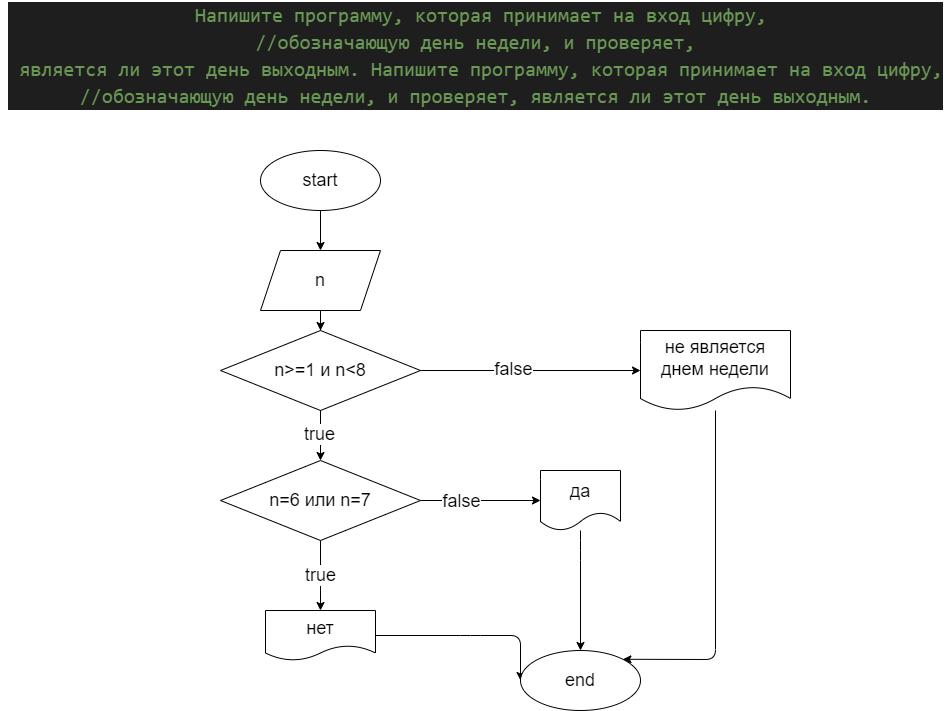
Above: ex03/blok3.drawio.png in ShrimpyKate/HomeWork02 (draw.io), before the change. Source tidied: cells renumbered, new cells last; positions are measured from the earlier drawing's top-left corner, leaving out a move shared by most shapes. Source of this version:
```xml
<mxGraphModel>
  <root>
    <mxCell id="0" />
    <mxCell id="1" parent="0" />
    <mxCell id="2" style="edgeStyle=none;html=1;" parent="1" edge="1" source="3" target="7">
      <mxGeometry relative="1" as="geometry" />
    </mxCell>
    <mxCell id="3" value="&lt;font style=&quot;font-size: 18px&quot;&gt;start&lt;/font&gt;" style="ellipse;whiteSpace=wrap;html=1;" parent="1" vertex="1">
      <mxGeometry x="260" y="150" width="120" height="60" as="geometry" />
    </mxCell>
    <mxCell id="4" style="edgeStyle=none;html=1;" parent="1" edge="1" source="7" target="11">
      <mxGeometry relative="1" as="geometry" />
    </mxCell>
    <mxCell id="5" value="true" style="edgeLabel;html=1;align=center;verticalAlign=middle;fontSize=18;" parent="4" vertex="1">
      <mxGeometry x="0.63" y="-2" relative="1" as="geometry" />
    </mxCell>
    <mxCell id="6" style="edgeStyle=none;html=1;fontSize=18;" parent="1" edge="1" source="7" target="20">
      <mxGeometry relative="1" as="geometry" />
    </mxCell>
    <mxCell id="7" value="&lt;font style=&quot;font-size: 18px&quot;&gt;n&lt;/font&gt;" style="shape=parallelogram;perimeter=parallelogramPerimeter;whiteSpace=wrap;html=1;fixedSize=1;" parent="1" vertex="1">
      <mxGeometry x="260" y="250" width="120" height="60" as="geometry" />
    </mxCell>
    <mxCell id="8" style="edgeStyle=none;html=1;" parent="1" edge="1" source="11" target="13">
      <mxGeometry relative="1" as="geometry" />
    </mxCell>
    <mxCell id="9" value="false" style="edgeLabel;html=1;align=center;verticalAlign=middle;fontSize=18;" parent="8" vertex="1">
      <mxGeometry x="-0.46" y="3" relative="1" as="geometry">
        <mxPoint x="8" y="3" as="offset" />
      </mxGeometry>
    </mxCell>
    <mxCell id="10" value="true" style="edgeStyle=none;html=1;fontSize=18;" parent="1" edge="1" source="11" target="15">
      <mxGeometry relative="1" as="geometry" />
    </mxCell>
    <mxCell id="11" value="&lt;font style=&quot;font-size: 18px&quot;&gt;n=6 или n=7&lt;/font&gt;" style="rhombus;whiteSpace=wrap;html=1;" parent="1" vertex="1">
      <mxGeometry x="220" y="460" width="200" height="80" as="geometry" />
    </mxCell>
    <mxCell id="12" style="edgeStyle=none;html=1;entryX=0.5;entryY=0;entryDx=0;entryDy=0;fontSize=18;" parent="1" edge="1" source="13" target="17">
      <mxGeometry relative="1" as="geometry">
        <Array as="points">
          <mxPoint x="580" y="550" />
        </Array>
      </mxGeometry>
    </mxCell>
    <mxCell id="13" value="&lt;font style=&quot;font-size: 18px&quot;&gt;да&lt;/font&gt;" style="shape=document;whiteSpace=wrap;html=1;boundedLbl=1;" parent="1" vertex="1">
      <mxGeometry x="540" y="470" width="80" height="60" as="geometry" />
    </mxCell>
    <mxCell id="14" style="edgeStyle=none;html=1;entryX=0;entryY=0.5;entryDx=0;entryDy=0;fontSize=18;" parent="1" edge="1" source="15" target="17">
      <mxGeometry relative="1" as="geometry">
        <Array as="points">
          <mxPoint x="470" y="635" />
          <mxPoint x="520" y="635" />
        </Array>
      </mxGeometry>
    </mxCell>
    <mxCell id="15" value="&lt;font style=&quot;font-size: 18px&quot;&gt;нет&lt;/font&gt;" style="shape=document;whiteSpace=wrap;html=1;boundedLbl=1;" parent="1" vertex="1">
      <mxGeometry x="265" y="610" width="110" height="50" as="geometry" />
    </mxCell>
    <mxCell id="16" value="&lt;div style=&quot;color: rgb(212 , 212 , 212) ; background-color: rgb(30 , 30 , 30) ; font-family: &amp;#34;consolas&amp;#34; , &amp;#34;courier new&amp;#34; , monospace ; font-size: 20px ; line-height: 27px&quot;&gt;&lt;div&gt;&lt;span style=&quot;color: #6a9955&quot;&gt;&amp;nbsp;Напишите программу, которая принимает на вход цифру, &lt;/span&gt;&lt;/div&gt;&lt;div&gt;&lt;span style=&quot;color: #6a9955&quot;&gt;//обозначающую день недели, и проверяет,&lt;/span&gt;&lt;/div&gt;&lt;div&gt;&lt;span style=&quot;color: #6a9955&quot;&gt;&amp;nbsp;является ли этот день выходным.&lt;/span&gt;&lt;span style=&quot;color: rgb(106 , 153 , 85)&quot;&gt;&amp;nbsp;Напишите программу, которая принимает на вход цифру, &lt;/span&gt;&lt;/div&gt;&lt;div style=&quot;line-height: 27px&quot;&gt;&lt;div&gt;&lt;span style=&quot;color: #6a9955&quot;&gt;//обозначающую день недели, и проверяет, является ли этот день выходным.&lt;/span&gt;&lt;/div&gt;&lt;/div&gt;&lt;/div&gt;" style="text;html=1;align=center;verticalAlign=middle;strokeColor=none;fillColor=none;fontSize=18;" parent="1" vertex="1">
      <mxGeometry width="950" height="110" as="geometry" />
    </mxCell>
    <mxCell id="17" value="end" style="ellipse;whiteSpace=wrap;html=1;fontSize=18;" parent="1" vertex="1">
      <mxGeometry x="520" y="650" width="120" height="60" as="geometry" />
    </mxCell>
    <mxCell id="18" style="edgeStyle=none;html=1;fontSize=18;" parent="1" edge="1" source="20" target="22">
      <mxGeometry relative="1" as="geometry" />
    </mxCell>
    <mxCell id="19" value="false" style="edgeLabel;html=1;align=center;verticalAlign=middle;fontSize=18;" parent="18" vertex="1">
      <mxGeometry x="-0.16" y="2" relative="1" as="geometry" />
    </mxCell>
    <mxCell id="20" value="n&amp;gt;=1 и n&amp;lt;8" style="rhombus;whiteSpace=wrap;html=1;fontSize=18;" parent="1" vertex="1">
      <mxGeometry x="220" y="330" width="200" height="80" as="geometry" />
    </mxCell>
    <mxCell id="21" style="edgeStyle=none;html=1;entryX=1;entryY=0;entryDx=0;entryDy=0;fontSize=18;" parent="1" edge="1" source="22" target="17">
      <mxGeometry relative="1" as="geometry">
        <Array as="points">
          <mxPoint x="715" y="659" />
        </Array>
      </mxGeometry>
    </mxCell>
    <mxCell id="22" value="не является днем недели" style="shape=document;whiteSpace=wrap;html=1;boundedLbl=1;fontSize=18;" parent="1" vertex="1">
      <mxGeometry x="640" y="330" width="150" height="80" as="geometry" />
    </mxCell>
  </root>
</mxGraphModel>
```
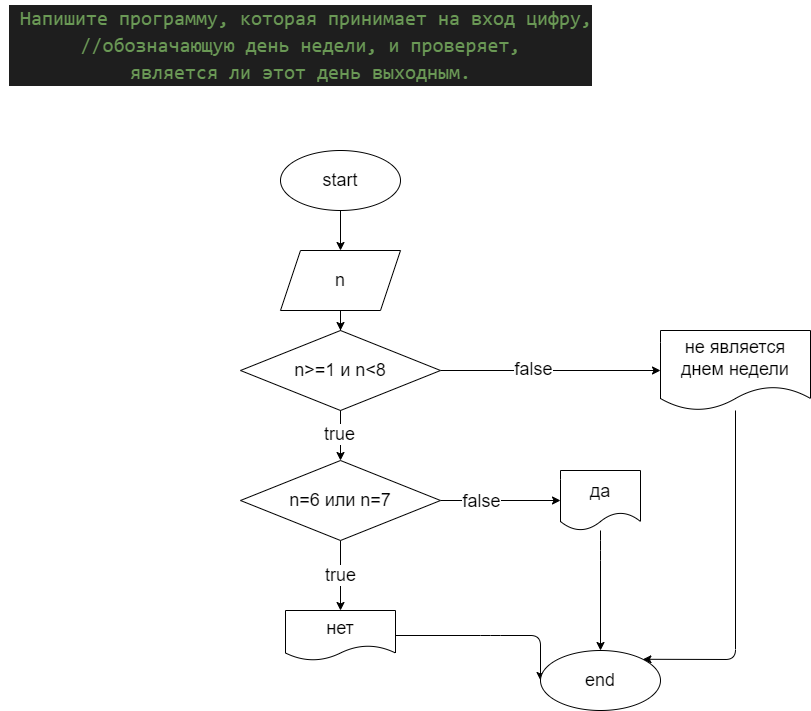
The same file after the commit.

The edit, as a diff of the source:
```diff
@@ -55,8 +55,8 @@
     <mxCell id="15" value="&lt;font style=&quot;font-size: 18px&quot;&gt;нет&lt;/font&gt;" style="shape=document;whiteSpace=wrap;html=1;boundedLbl=1;" parent="1" vertex="1">
       <mxGeometry x="265" y="610" width="110" height="50" as="geometry" />
     </mxCell>
-    <mxCell id="16" value="&lt;div style=&quot;color: rgb(212 , 212 , 212) ; background-color: rgb(30 , 30 , 30) ; font-family: &amp;#34;consolas&amp;#34; , &amp;#34;courier new&amp;#34; , monospace ; font-size: 20px ; line-height: 27px&quot;&gt;&lt;div&gt;&lt;span style=&quot;color: #6a9955&quot;&gt;&amp;nbsp;Напишите программу, которая принимает на вход цифру, &lt;/span&gt;&lt;/div&gt;&lt;div&gt;&lt;span style=&quot;color: #6a9955&quot;&gt;//обозначающую день недели, и проверяет,&lt;/span&gt;&lt;/div&gt;&lt;div&gt;&lt;span style=&quot;color: #6a9955&quot;&gt;&amp;nbsp;является ли этот день выходным.&lt;/span&gt;&lt;span style=&quot;color: rgb(106 , 153 , 85)&quot;&gt;&amp;nbsp;Напишите программу, которая принимает на вход цифру, &lt;/span&gt;&lt;/div&gt;&lt;div style=&quot;line-height: 27px&quot;&gt;&lt;div&gt;&lt;span style=&quot;color: #6a9955&quot;&gt;//обозначающую день недели, и проверяет, является ли этот день выходным.&lt;/span&gt;&lt;/div&gt;&lt;/div&gt;&lt;/div&gt;" style="text;html=1;align=center;verticalAlign=middle;strokeColor=none;fillColor=none;fontSize=18;" parent="1" vertex="1">
-      <mxGeometry width="950" height="110" as="geometry" />
+    <mxCell id="16" value="&lt;div style=&quot;color: rgb(212 , 212 , 212) ; background-color: rgb(30 , 30 , 30) ; font-family: &amp;#34;consolas&amp;#34; , &amp;#34;courier new&amp;#34; , monospace ; font-size: 20px ; line-height: 27px&quot;&gt;&lt;div&gt;&lt;span style=&quot;color: #6a9955&quot;&gt;&amp;nbsp;Напишите программу, которая принимает на вход цифру, &lt;/span&gt;&lt;/div&gt;&lt;div&gt;&lt;span style=&quot;color: #6a9955&quot;&gt;//обозначающую день недели, и проверяет,&lt;/span&gt;&lt;/div&gt;&lt;div&gt;&lt;span style=&quot;color: #6a9955&quot;&gt;&amp;nbsp;является ли этот день выходным.&lt;/span&gt;&lt;span style=&quot;color: rgb(106 , 153 , 85)&quot;&gt;&amp;nbsp;&lt;/span&gt;&lt;/div&gt;&lt;/div&gt;" style="text;html=1;align=center;verticalAlign=middle;strokeColor=none;fillColor=none;fontSize=18;" parent="1" vertex="1">
+      <mxGeometry x="-20" width="600" height="90" as="geometry" />
     </mxCell>
     <mxCell id="17" value="end" style="ellipse;whiteSpace=wrap;html=1;fontSize=18;" parent="1" vertex="1">
       <mxGeometry x="520" y="650" width="120" height="60" as="geometry" />
```
